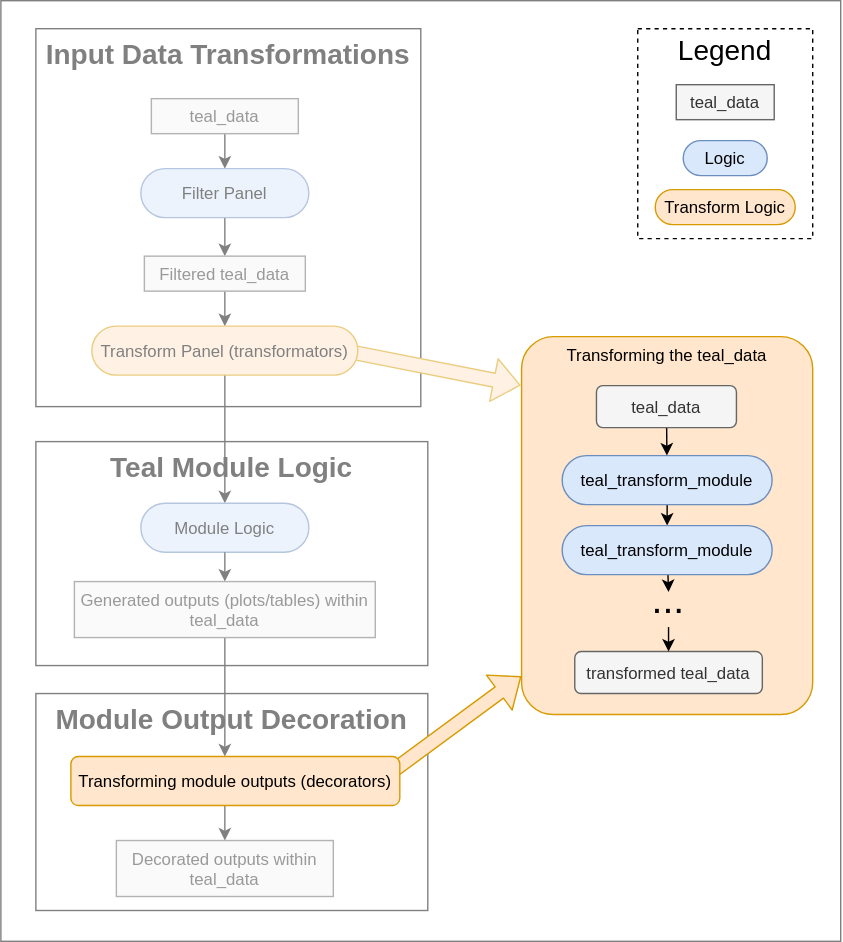
Earlier version of the draw.io export vignettes/images/teal-transform-module-decorators.svg (insightsengineering/teal). Source tidied: cells renumbered, new cells last; positions are measured from the earlier drawing's top-left corner, leaving out a move shared by most shapes.
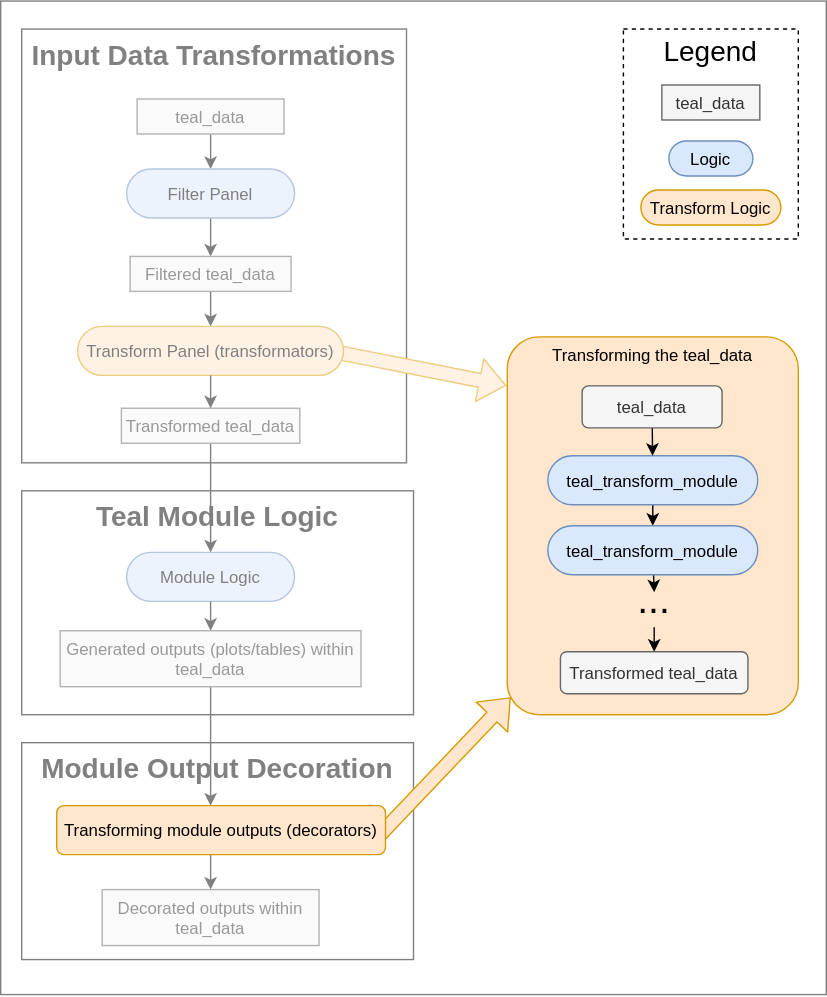
Later version of the same file.

Commit message:
docs: improve the teal_data transform diagrams

The edit, as a diff of the source:
```diff
@@ -3,7 +3,7 @@
     <mxCell id="0" />
     <mxCell id="1" parent="0" />
     <mxCell id="2" value="&lt;span style=&quot;font-weight: 700; font-size: 20px;&quot;&gt;Input Data Transformations&lt;/span&gt;" style="rounded=0;whiteSpace=wrap;html=1;verticalAlign=top;fontSize=20;" parent="1" vertex="1">
-      <mxGeometry x="25" y="20" width="275" height="270" as="geometry" />
+      <mxGeometry x="25" y="20" width="275" height="310" as="geometry" />
     </mxCell>
     <mxCell id="3" style="shape=flexArrow;endArrow=classic;html=1;strokeColor=#d79b00;fontSize=20;fillColor=#ffe6cc;entryX=-0.005;entryY=0.124;entryDx=0;entryDy=0;entryPerimeter=0;" parent="1" edge="1">
       <mxGeometry relative="1" as="geometry">
@@ -12,10 +12,10 @@
       </mxGeometry>
     </mxCell>
     <mxCell id="4" value="&lt;span style=&quot;font-weight: 700; font-size: 20px;&quot;&gt;Module Output Decoration&lt;/span&gt;" style="rounded=0;whiteSpace=wrap;html=1;verticalAlign=top;fontSize=20;" parent="1" vertex="1">
-      <mxGeometry x="25" y="495" width="280" height="155" as="geometry" />
+      <mxGeometry x="25" y="530" width="280" height="155" as="geometry" />
     </mxCell>
     <mxCell id="5" value="&lt;span style=&quot;font-weight: 700; font-size: 20px;&quot;&gt;Teal Module Logic&lt;/span&gt;" style="rounded=0;whiteSpace=wrap;html=1;verticalAlign=top;fontSize=20;" parent="1" vertex="1">
-      <mxGeometry x="25" y="315" width="280" height="160" as="geometry" />
+      <mxGeometry x="25" y="350" width="280" height="160" as="geometry" />
     </mxCell>
     <mxCell id="6" style="endArrow=classic;html=1;" parent="1" edge="1" source="11" target="12">
       <mxGeometry relative="1" as="geometry" />
@@ -26,12 +26,9 @@
     <mxCell id="8" style="endArrow=classic;html=1;" parent="1" edge="1" source="13" target="14">
       <mxGeometry relative="1" as="geometry" />
     </mxCell>
-    <mxCell id="9" style="endArrow=classic;html=1;" parent="1" edge="1" source="14" target="15">
-      <mxGeometry relative="1" as="geometry" />
-    </mxCell>
     <mxCell id="10" style="endArrow=classic;html=1;" parent="1" edge="1" source="16">
       <mxGeometry relative="1" as="geometry">
-        <mxPoint x="160" y="540" as="targetPoint" />
+        <mxPoint x="160" y="575" as="targetPoint" />
       </mxGeometry>
     </mxCell>
     <mxCell id="11" value="teal_data" style="rounded=1;fillColor=#f5f5f5;strokeColor=#666666;fontColor=#333333;arcSize=0;" parent="1" vertex="1">
@@ -47,32 +44,43 @@
       <mxGeometry x="65" y="232.5" width="190" height="35" as="geometry" />
     </mxCell>
     <mxCell id="15" value="Module Logic" style="rounded=1;fillColor=#dae8fc;strokeColor=#6c8ebf;arcSize=50;" parent="1" vertex="1">
-      <mxGeometry x="100" y="359" width="120" height="35" as="geometry" />
+      <mxGeometry x="100" y="394" width="120" height="35" as="geometry" />
     </mxCell>
     <mxCell id="16" value="Generated outputs (plots/tables) within&#10;teal_data" style="rounded=1;fillColor=#f5f5f5;strokeColor=#666666;fontColor=#333333;arcSize=0;" parent="1" vertex="1">
-      <mxGeometry x="52.5" y="415" width="215" height="40" as="geometry" />
+      <mxGeometry x="52.5" y="450" width="215" height="40" as="geometry" />
     </mxCell>
     <mxCell id="17" style="endArrow=classic;html=1;" parent="1" edge="1" source="15" target="16">
       <mxGeometry relative="1" as="geometry" />
     </mxCell>
     <mxCell id="18" value="Decorated outputs within&#10;teal_data" style="rounded=1;fillColor=#f5f5f5;strokeColor=#666666;fontColor=#333333;arcSize=0;" parent="1" vertex="1">
-      <mxGeometry x="82.5" y="600" width="155" height="40" as="geometry" />
+      <mxGeometry x="82.5" y="635" width="155" height="40" as="geometry" />
     </mxCell>
     <mxCell id="19" style="endArrow=classic;html=1;" parent="1" edge="1" target="18">
       <mxGeometry relative="1" as="geometry">
-        <mxPoint x="160" y="575" as="sourcePoint" />
+        <mxPoint x="160" y="610" as="sourcePoint" />
       </mxGeometry>
     </mxCell>
-    <mxCell id="20" style="rounded=0;whiteSpace=wrap;html=1;fillColor=#FFFFFF;opacity=50;" parent="1" vertex="1">
-      <mxGeometry width="600" height="672" as="geometry" />
-    </mxCell>
-    <mxCell id="21" style="shape=flexArrow;endArrow=classic;html=1;strokeColor=#d79b00;fontSize=20;fillColor=#ffe6cc;entryX=-0.001;entryY=0.899;entryDx=0;entryDy=0;entryPerimeter=0;" parent="1" edge="1" target="23">
-      <mxGeometry relative="1" as="geometry">
-        <mxPoint x="267" y="559.8" as="sourcePoint" />
-      </mxGeometry>
-    </mxCell>
+    <mxCell id="38" style="edgeStyle=none;html=1;" parent="1" edge="1" source="39" target="15">
+      <mxGeometry relative="1" as="geometry" />
+    </mxCell>
+    <mxCell id="39" value="Transformed teal_data" style="rounded=1;fillColor=#f5f5f5;strokeColor=#666666;fontColor=#333333;arcSize=0;" parent="1" vertex="1">
+      <mxGeometry x="96.2" y="291" width="127.5" height="25" as="geometry" />
+    </mxCell>
+    <mxCell id="40" style="endArrow=classic;html=1;" parent="1" edge="1" target="39">
+      <mxGeometry relative="1" as="geometry">
+        <mxPoint x="160" y="267.5" as="sourcePoint" />
+      </mxGeometry>
+    </mxCell>
+    <mxCell id="41" style="rounded=0;whiteSpace=wrap;html=1;fillColor=#FFFFFF;opacity=50;" parent="1" vertex="1">
+      <mxGeometry x="10" width="590" height="710" as="geometry" />
+    </mxCell>
+    <mxCell id="42" style="shape=flexArrow;endArrow=classic;html=1;strokeColor=#d79b00;fontSize=20;fillColor=#ffe6cc;entryX=0.012;entryY=0.954;entryDx=0;entryDy=0;entryPerimeter=0;" parent="1" edge="1" target="23">
+      <mxGeometry relative="1" as="geometry">
+        <mxPoint x="277" y="600" as="sourcePoint" />
+      </mxGeometry>
+    </mxCell>
     <mxCell id="22" value="Transforming module outputs (decorators)" style="rounded=1;fillColor=#ffe6cc;strokeColor=#d79b00;" parent="1" vertex="1">
-      <mxGeometry x="50" y="540" width="235" height="35" as="geometry" />
+      <mxGeometry x="50" y="575" width="235" height="35" as="geometry" />
     </mxCell>
     <mxCell id="23" value="Transforming the teal_data" style="rounded=1;fillColor=#ffe6cc;strokeColor=#d79b00;arcSize=11;verticalAlign=top;" parent="1" vertex="1">
       <mxGeometry x="372" y="240" width="208" height="270" as="geometry" />
@@ -95,12 +103,12 @@
     <mxCell id="29" value="teal_transform_module" style="rounded=1;fillColor=#dae8fc;strokeColor=#6c8ebf;glass=0;arcSize=50;" parent="1" vertex="1">
       <mxGeometry x="401" y="375" width="150" height="35" as="geometry" />
     </mxCell>
-    <mxCell id="30" value="transformed teal_data" style="rounded=1;fillColor=#f5f5f5;strokeColor=#666666;fontColor=#333333;" parent="1" vertex="1">
-      <mxGeometry x="410" y="465" width="134" height="30" as="geometry" />
-    </mxCell>
-    <mxCell id="31" style="edgeStyle=none;html=1;strokeColor=#000000;fontSize=28;" parent="1" edge="1" source="32" target="30">
-      <mxGeometry relative="1" as="geometry" />
-    </mxCell>
+    <mxCell id="43" value="Transformed teal_data" style="rounded=1;fillColor=#f5f5f5;strokeColor=#666666;fontColor=#333333;" parent="1" vertex="1">
+      <mxGeometry x="410" y="465" width="134" height="30" as="geometry" />
+    </mxCell>
+    <mxCell id="44" style="edgeStyle=none;html=1;strokeColor=#000000;fontSize=28;" parent="1" edge="1" source="32" target="43">
+      <mxGeometry relative="1" as="geometry" />
+    </mxCell>
     <mxCell id="32" value="..." style="text;html=1;strokeColor=none;fillColor=none;align=center;verticalAlign=bottom;whiteSpace=wrap;rounded=0;fontSize=28;" parent="1" vertex="1">
       <mxGeometry x="447" y="422.5" width="60" height="25" as="geometry" />
     </mxCell>
```
